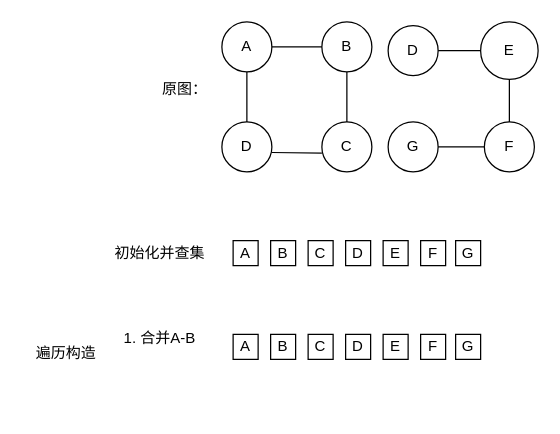
This is dsu.drawio from Kayleh/draw_io, a draw.io file, before an edit. Source tidied: cells renumbered, new cells numbered last; positions are measured from the earlier drawing's top-left corner, leaving out a move shared by most shapes. Both pictures are drawn from the tidied source at 125%, with x=0, y=0 at pixel (21, 21).
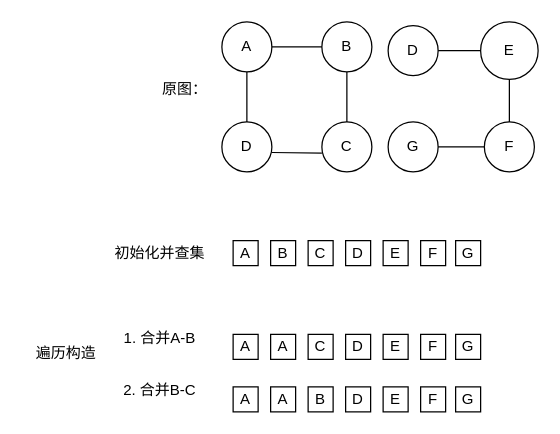
Above is the later version.

Change to the diagram source:
```diff
@@
-    <mxCell id="29" value="B" style="rounded=0;whiteSpace=wrap;html=1;" parent="1" vertex="1">
+    <mxCell id="29" value="A" style="rounded=0;whiteSpace=wrap;html=1;" parent="1" vertex="1">
       <mxGeometry x="199" y="250" width="20" height="20" as="geometry" />
     </mxCell>
@@
+    <mxCell id="35" value="2. 合并B-C" style="text;html=1;align=center;verticalAlign=middle;strokeColor=none;fillColor=none;" parent="1" vertex="1">
+      <mxGeometry x="70" y="280" width="80" height="30" as="geometry" />
+    </mxCell>
+    <mxCell id="36" value="A" style="rounded=0;whiteSpace=wrap;html=1;" parent="1" vertex="1">
+      <mxGeometry x="169" y="292" width="20" height="20" as="geometry" />
+    </mxCell>
+    <mxCell id="37" value="A" style="rounded=0;whiteSpace=wrap;html=1;" parent="1" vertex="1">
+      <mxGeometry x="199" y="292" width="20" height="20" as="geometry" />
+    </mxCell>
+    <mxCell id="38" value="B" style="rounded=0;whiteSpace=wrap;html=1;" parent="1" vertex="1">
+      <mxGeometry x="229" y="292" width="20" height="20" as="geometry" />
+    </mxCell>
+    <mxCell id="39" value="D" style="rounded=0;whiteSpace=wrap;html=1;" parent="1" vertex="1">
+      <mxGeometry x="259" y="292" width="20" height="20" as="geometry" />
+    </mxCell>
+    <mxCell id="40" value="E" style="rounded=0;whiteSpace=wrap;html=1;" parent="1" vertex="1">
+      <mxGeometry x="289" y="292" width="20" height="20" as="geometry" />
+    </mxCell>
+    <mxCell id="41" value="F" style="rounded=0;whiteSpace=wrap;html=1;" parent="1" vertex="1">
+      <mxGeometry x="319" y="292" width="20" height="20" as="geometry" />
+    </mxCell>
+    <mxCell id="42" value="G" style="rounded=0;whiteSpace=wrap;html=1;" parent="1" vertex="1">
+      <mxGeometry x="347" y="292" width="20" height="20" as="geometry" />
+    </mxCell>
```
